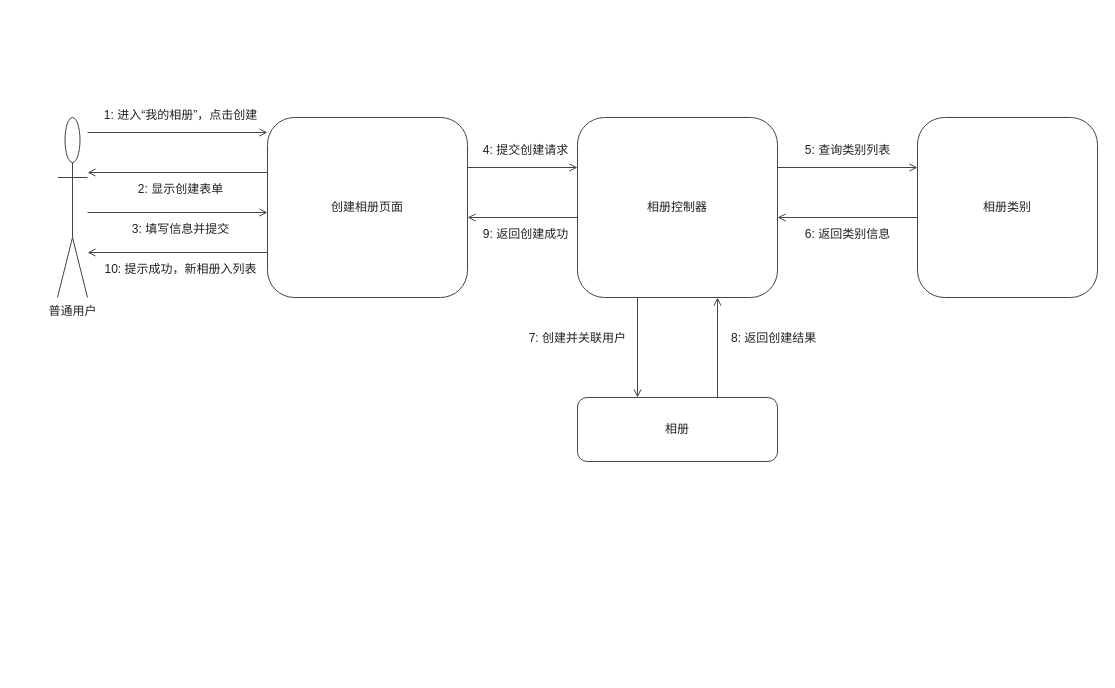
This is docs/交付/2-相册管理-刘硕/images/创建相册_协作图.drawio from chennuo1101/electronic-photo-album-system1, a draw.io file, before an edit. Source tidied: cells renumbered, new cells numbered last; positions are measured from the earlier drawing's top-left corner, leaving out a move shared by most shapes. Both pictures are drawn from the tidied source at 100%, with x=0, y=0 at pixel (57, 104).
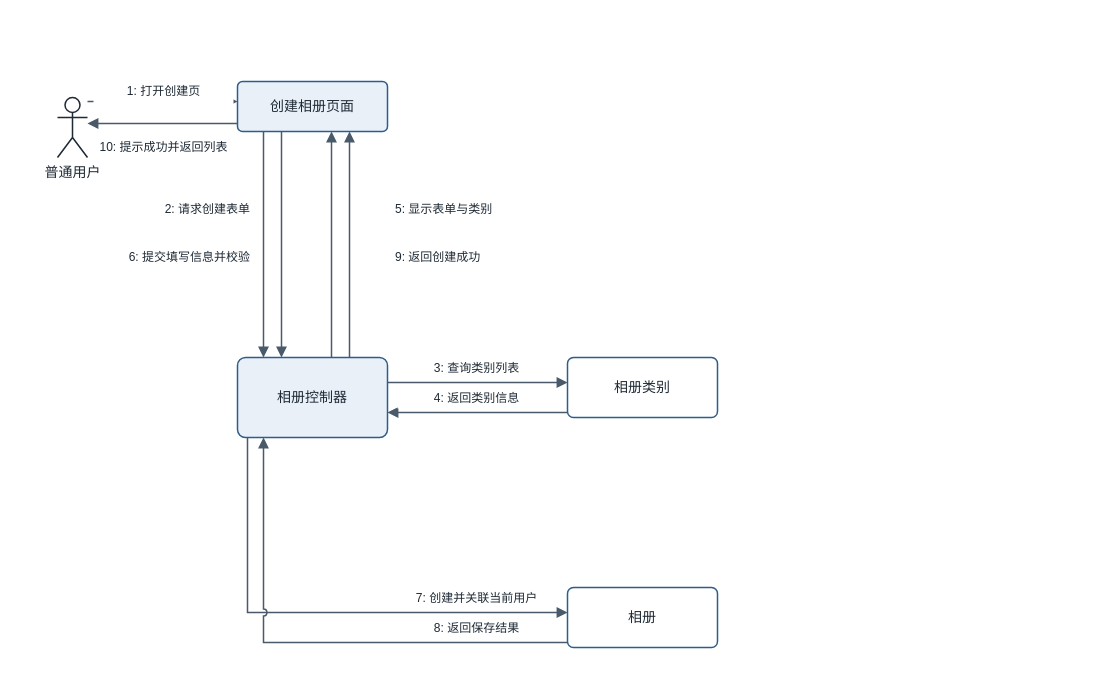
Above is the later version.

Diff of the diagram source:
```diff
@@
+    <mxCell id="27" style="rounded=0;whiteSpace=wrap;html=1;fillColor=#FFFFFF;strokeColor=none;" parent="1" vertex="1">
+      <mxGeometry x="-40" y="-87" width="724" height="654" as="geometry" />
+    </mxCell>
-    <mxCell id="2" value="普通用户" style="shape=umlActor;verticalLabelPosition=bottom;verticalAlign=top;html=1;fillColor=#FFFFFF;strokeColor=#444444;fontFamily=Microsoft YaHei;fontSize=12;fontColor=#222222;" parent="1" vertex="1">
-      <mxGeometry y="13" width="30" height="180" as="geometry" />
+    <mxCell id="2" value="普通用户" style="shape=umlActor;verticalLabelPosition=bottom;verticalAlign=top;html=1;fillColor=#FFFFFF;strokeColor=#1F2A35;strokeWidth=1.5;fontFamily=Microsoft YaHei;fontSize=14;fontColor=#1F2A35;" parent="1" vertex="1">
+      <mxGeometry y="-7" width="30" height="60" as="geometry" />
     </mxCell>
-    <mxCell id="3" value="创建相册页面" style="rounded=1;whiteSpace=wrap;html=1;fillColor=#FFFFFF;strokeColor=#444444;fontFamily=Microsoft YaHei;fontSize=12;fontColor=#222222;" parent="1" vertex="1">
-      <mxGeometry x="210" y="13" width="200" height="180" as="geometry" />
+    <mxCell id="3" value="创建相册页面" style="rounded=1;arcSize=10;whiteSpace=wrap;html=1;fillColor=#E9F0F8;strokeColor=#2F5D8A;strokeWidth=1.5;fontFamily=Microsoft YaHei;fontSize=14;fontColor=#1F2A35;" parent="1" vertex="1">
+      <mxGeometry x="180" y="-23" width="150" height="50" as="geometry" />
     </mxCell>
+    <mxCell id="28" style="html=1;rounded=0;strokeColor=#4A5A6A;strokeWidth=1.5;startArrow=none;endArrow=block;endFill=1;endSize=7;jumpStyle=arc;jumpSize=6;" parent="1" edge="1">
+      <mxGeometry relative="1" as="geometry">
+        <mxPoint x="30" y="-3" as="sourcePoint" />
+        <mxPoint x="180" y="-3" as="targetPoint" />
+      </mxGeometry>
+    </mxCell>
+    <mxCell id="29" value="1: 打开创建页" style="text;html=1;align=center;verticalAlign=middle;fillColor=#FFFFFF;strokeColor=none;fontFamily=Microsoft YaHei;fontSize=12;fontColor=#1F2A35;" parent="1" vertex="1">
+      <mxGeometry x="36" y="-29" width="140" height="32" as="geometry" />
+    </mxCell>
+    <mxCell id="30" style="html=1;rounded=0;strokeColor=#4A5A6A;strokeWidth=1.5;startArrow=none;endArrow=block;endFill=1;endSize=7;jumpStyle=arc;jumpSize=6;" parent="1" edge="1">
+      <mxGeometry relative="1" as="geometry">
+        <mxPoint x="180" y="19" as="sourcePoint" />
+        <mxPoint x="30" y="19" as="targetPoint" />
+      </mxGeometry>
+    </mxCell>
+    <mxCell id="31" value="10: 提示成功并返回列表" style="text;html=1;align=center;verticalAlign=middle;fillColor=#FFFFFF;strokeColor=none;fontFamily=Microsoft YaHei;fontSize=12;fontColor=#1F2A35;" parent="1" vertex="1">
+      <mxGeometry x="36" y="27" width="140" height="32" as="geometry" />
+    </mxCell>
-    <mxCell id="4" value="相册控制器" style="rounded=1;whiteSpace=wrap;html=1;fillColor=#FFFFFF;strokeColor=#444444;fontFamily=Microsoft YaHei;fontSize=12;fontColor=#222222;" parent="1" vertex="1">
-      <mxGeometry x="520" y="13" width="200" height="180" as="geometry" />
+    <mxCell id="4" value="相册控制器" style="rounded=1;arcSize=10;whiteSpace=wrap;html=1;fillColor=#E9F0F8;strokeColor=#2F5D8A;strokeWidth=1.5;fontFamily=Microsoft YaHei;fontSize=14;fontColor=#1F2A35;" parent="1" vertex="1">
+      <mxGeometry x="180" y="253" width="150" height="80" as="geometry" />
     </mxCell>
+    <mxCell id="32" style="html=1;rounded=0;strokeColor=#4A5A6A;strokeWidth=1.5;startArrow=none;endArrow=block;endFill=1;endSize=7;jumpStyle=arc;jumpSize=6;" parent="1" edge="1">
+      <mxGeometry relative="1" as="geometry">
+        <mxPoint x="206" y="27" as="sourcePoint" />
+        <mxPoint x="206" y="253" as="targetPoint" />
+      </mxGeometry>
+    </mxCell>
+    <mxCell id="33" value="2: 请求创建表单" style="text;html=1;align=right;verticalAlign=middle;fillColor=#FFFFFF;strokeColor=none;fontFamily=Microsoft YaHei;fontSize=12;fontColor=#1F2A35;" parent="1" vertex="1">
+      <mxGeometry x="44" y="87" width="150" height="36" as="geometry" />
+    </mxCell>
+    <mxCell id="34" style="html=1;rounded=0;strokeColor=#4A5A6A;strokeWidth=1.5;startArrow=none;endArrow=block;endFill=1;endSize=7;jumpStyle=arc;jumpSize=6;" parent="1" edge="1">
+      <mxGeometry relative="1" as="geometry">
+        <mxPoint x="224" y="27" as="sourcePoint" />
+        <mxPoint x="224" y="253" as="targetPoint" />
+      </mxGeometry>
+    </mxCell>
+    <mxCell id="35" value="6: 提交填写信息并校验" style="text;html=1;align=right;verticalAlign=middle;fillColor=#FFFFFF;strokeColor=none;fontFamily=Microsoft YaHei;fontSize=12;fontColor=#1F2A35;" parent="1" vertex="1">
+      <mxGeometry x="44" y="135" width="150" height="36" as="geometry" />
+    </mxCell>
+    <mxCell id="36" style="html=1;rounded=0;strokeColor=#4A5A6A;strokeWidth=1.5;startArrow=none;endArrow=block;endFill=1;endSize=7;jumpStyle=arc;jumpSize=6;" parent="1" edge="1">
+      <mxGeometry relative="1" as="geometry">
+        <mxPoint x="274" y="253" as="sourcePoint" />
+        <mxPoint x="274" y="27" as="targetPoint" />
+      </mxGeometry>
+    </mxCell>
+    <mxCell id="37" value="5: 显示表单与类别" style="text;html=1;align=left;verticalAlign=middle;fillColor=#FFFFFF;strokeColor=none;fontFamily=Microsoft YaHei;fontSize=12;fontColor=#1F2A35;" parent="1" vertex="1">
+      <mxGeometry x="336" y="87" width="150" height="36" as="geometry" />
+    </mxCell>
+    <mxCell id="38" style="html=1;rounded=0;strokeColor=#4A5A6A;strokeWidth=1.5;startArrow=none;endArrow=block;endFill=1;endSize=7;jumpStyle=arc;jumpSize=6;" parent="1" edge="1">
+      <mxGeometry relative="1" as="geometry">
+        <mxPoint x="292" y="253" as="sourcePoint" />
+        <mxPoint x="292" y="27" as="targetPoint" />
+      </mxGeometry>
+    </mxCell>
+    <mxCell id="18" value="9: 返回创建成功" style="text;html=1;align=left;verticalAlign=middle;fillColor=#FFFFFF;strokeColor=none;fontFamily=Microsoft YaHei;fontSize=12;fontColor=#1F2A35;" parent="1" vertex="1">
+      <mxGeometry x="336" y="135" width="150" height="36" as="geometry" />
+    </mxCell>
-    <mxCell id="5" value="相册类别" style="rounded=1;whiteSpace=wrap;html=1;fillColor=#FFFFFF;strokeColor=#444444;fontFamily=Microsoft YaHei;fontSize=12;fontColor=#222222;" parent="1" vertex="1">
-      <mxGeometry x="860" y="13" width="180" height="180" as="geometry" />
+    <mxCell id="5" value="相册类别" style="rounded=1;arcSize=10;whiteSpace=wrap;html=1;fillColor=#FFFFFF;strokeColor=#2F5D8A;strokeWidth=1.5;fontFamily=Microsoft YaHei;fontSize=14;fontColor=#1F2A35;" parent="1" vertex="1">
+      <mxGeometry x="510" y="253" width="150" height="60" as="geometry" />
     </mxCell>
+    <mxCell id="39" style="html=1;rounded=0;strokeColor=#4A5A6A;strokeWidth=1.5;startArrow=none;endArrow=block;endFill=1;endSize=7;jumpStyle=arc;jumpSize=6;" parent="1" edge="1">
+      <mxGeometry relative="1" as="geometry">
+        <mxPoint x="330" y="278" as="sourcePoint" />
+        <mxPoint x="510" y="278" as="targetPoint" />
+      </mxGeometry>
+    </mxCell>
+    <mxCell id="40" value="3: 查询类别列表" style="text;html=1;align=center;verticalAlign=middle;fillColor=#FFFFFF;strokeColor=none;fontFamily=Microsoft YaHei;fontSize=12;fontColor=#1F2A35;" parent="1" vertex="1">
+      <mxGeometry x="340" y="254" width="158" height="20" as="geometry" />
+    </mxCell>
+    <mxCell id="41" style="html=1;rounded=0;strokeColor=#4A5A6A;strokeWidth=1.5;startArrow=none;endArrow=block;endFill=1;endSize=7;jumpStyle=arc;jumpSize=6;" parent="1" edge="1">
+      <mxGeometry relative="1" as="geometry">
+        <mxPoint x="510" y="308" as="sourcePoint" />
+        <mxPoint x="330" y="308" as="targetPoint" />
+      </mxGeometry>
+    </mxCell>
+    <mxCell id="42" value="4: 返回类别信息" style="text;html=1;align=center;verticalAlign=middle;fillColor=#FFFFFF;strokeColor=none;fontFamily=Microsoft YaHei;fontSize=12;fontColor=#1F2A35;" parent="1" vertex="1">
+      <mxGeometry x="340" y="284" width="158" height="20" as="geometry" />
+    </mxCell>
-    <mxCell id="6" value="相册" style="rounded=1;whiteSpace=wrap;html=1;fillColor=#FFFFFF;strokeColor=#444444;fontFamily=Microsoft YaHei;fontSize=12;fontColor=#222222;" parent="1" vertex="1">
-      <mxGeometry x="520" y="293" width="200" height="64" as="geometry" />
+    <mxCell id="6" value="相册" style="rounded=1;arcSize=10;whiteSpace=wrap;html=1;fillColor=#FFFFFF;strokeColor=#2F5D8A;strokeWidth=1.5;fontFamily=Microsoft YaHei;fontSize=14;fontColor=#1F2A35;" parent="1" vertex="1">
+      <mxGeometry x="510" y="483" width="150" height="60" as="geometry" />
     </mxCell>
-    <mxCell id="7" style="html=1;rounded=0;strokeColor=#444444;strokeWidth=1;startArrow=none;endArrow=open;endFill=0;" parent="1" edge="1">
-      <mxGeometry relative="1" as="geometry">
-        <mxPoint x="30" y="28" as="sourcePoint" />
-        <mxPoint x="210" y="28" as="targetPoint" />
-      </mxGeometry>
-    </mxCell>
-    <mxCell id="8" value="1: 进入“我的相册”，点击创建" style="text;html=1;align=center;verticalAlign=middle;fillColor=none;strokeColor=none;fontFamily=Microsoft YaHei;fontSize=12;fontColor=#222222;" parent="1" vertex="1">
-      <mxGeometry x="35" width="175" height="22" as="geometry" />
-    </mxCell>
-    <mxCell id="9" style="html=1;rounded=0;strokeColor=#444444;strokeWidth=1;startArrow=none;endArrow=open;endFill=0;" parent="1" edge="1">
-      <mxGeometry relative="1" as="geometry">
-        <mxPoint x="210" y="68" as="sourcePoint" />
-        <mxPoint x="30" y="68" as="targetPoint" />
-      </mxGeometry>
-    </mxCell>
-    <mxCell id="10" value="2: 显示创建表单" style="text;html=1;align=center;verticalAlign=middle;fillColor=none;strokeColor=none;fontFamily=Microsoft YaHei;fontSize=12;fontColor=#222222;" parent="1" vertex="1">
-      <mxGeometry x="35" y="74" width="175" height="22" as="geometry" />
-    </mxCell>
-    <mxCell id="11" style="html=1;rounded=0;strokeColor=#444444;strokeWidth=1;startArrow=none;endArrow=open;endFill=0;" parent="1" edge="1">
-      <mxGeometry relative="1" as="geometry">
-        <mxPoint x="30" y="108" as="sourcePoint" />
-        <mxPoint x="210" y="108" as="targetPoint" />
-      </mxGeometry>
-    </mxCell>
-    <mxCell id="12" value="3: 填写信息并提交" style="text;html=1;align=center;verticalAlign=middle;fillColor=none;strokeColor=none;fontFamily=Microsoft YaHei;fontSize=12;fontColor=#222222;" parent="1" vertex="1">
-      <mxGeometry x="35" y="114" width="175" height="22" as="geometry" />
-    </mxCell>
-    <mxCell id="13" style="html=1;rounded=0;strokeColor=#444444;strokeWidth=1;startArrow=none;endArrow=open;endFill=0;" parent="1" edge="1">
-      <mxGeometry relative="1" as="geometry">
-        <mxPoint x="210" y="148" as="sourcePoint" />
-        <mxPoint x="30" y="148" as="targetPoint" />
-      </mxGeometry>
-    </mxCell>
-    <mxCell id="14" value="10: 提示成功，新相册入列表" style="text;html=1;align=center;verticalAlign=middle;fillColor=none;strokeColor=none;fontFamily=Microsoft YaHei;fontSize=12;fontColor=#222222;" parent="1" vertex="1">
-      <mxGeometry x="35" y="154" width="175" height="22" as="geometry" />
-    </mxCell>
-    <mxCell id="15" style="html=1;rounded=0;strokeColor=#444444;strokeWidth=1;startArrow=none;endArrow=open;endFill=0;" parent="1" edge="1">
-      <mxGeometry relative="1" as="geometry">
-        <mxPoint x="410" y="63" as="sourcePoint" />
-        <mxPoint x="520" y="63" as="targetPoint" />
-      </mxGeometry>
-    </mxCell>
-    <mxCell id="16" value="4: 提交创建请求" style="text;html=1;align=center;verticalAlign=middle;fillColor=none;strokeColor=none;fontFamily=Microsoft YaHei;fontSize=12;fontColor=#222222;" parent="1" vertex="1">
-      <mxGeometry x="415" y="35" width="105" height="22" as="geometry" />
-    </mxCell>
-    <mxCell id="17" style="html=1;rounded=0;strokeColor=#444444;strokeWidth=1;startArrow=none;endArrow=open;endFill=0;" parent="1" edge="1">
-      <mxGeometry relative="1" as="geometry">
-        <mxPoint x="520" y="113" as="sourcePoint" />
-        <mxPoint x="410" y="113" as="targetPoint" />
-      </mxGeometry>
-    </mxCell>
-    <mxCell id="18" value="9: 返回创建成功" style="text;html=1;align=center;verticalAlign=middle;fillColor=none;strokeColor=none;fontFamily=Microsoft YaHei;fontSize=12;fontColor=#222222;" parent="1" vertex="1">
-      <mxGeometry x="415" y="119" width="105" height="22" as="geometry" />
-    </mxCell>
-    <mxCell id="19" style="html=1;rounded=0;strokeColor=#444444;strokeWidth=1;startArrow=none;endArrow=open;endFill=0;" parent="1" edge="1">
-      <mxGeometry relative="1" as="geometry">
-        <mxPoint x="720" y="63" as="sourcePoint" />
-        <mxPoint x="860" y="63" as="targetPoint" />
-      </mxGeometry>
-    </mxCell>
-    <mxCell id="20" value="5: 查询类别列表" style="text;html=1;align=center;verticalAlign=middle;fillColor=none;strokeColor=none;fontFamily=Microsoft YaHei;fontSize=12;fontColor=#222222;" parent="1" vertex="1">
-      <mxGeometry x="725" y="35" width="130" height="22" as="geometry" />
-    </mxCell>
-    <mxCell id="21" style="html=1;rounded=0;strokeColor=#444444;strokeWidth=1;startArrow=none;endArrow=open;endFill=0;" parent="1" edge="1">
-      <mxGeometry relative="1" as="geometry">
-        <mxPoint x="860" y="113" as="sourcePoint" />
-        <mxPoint x="720" y="113" as="targetPoint" />
-      </mxGeometry>
-    </mxCell>
-    <mxCell id="22" value="6: 返回类别信息" style="text;html=1;align=center;verticalAlign=middle;fillColor=none;strokeColor=none;fontFamily=Microsoft YaHei;fontSize=12;fontColor=#222222;" parent="1" vertex="1">
-      <mxGeometry x="725" y="119" width="130" height="22" as="geometry" />
-    </mxCell>
-    <mxCell id="23" style="html=1;rounded=0;strokeColor=#444444;strokeWidth=1;startArrow=none;endArrow=open;endFill=0;" parent="1" edge="1">
-      <mxGeometry relative="1" as="geometry">
-        <mxPoint x="580" y="193" as="sourcePoint" />
-        <mxPoint x="580" y="293" as="targetPoint" />
-      </mxGeometry>
-    </mxCell>
-    <mxCell id="24" value="7: 创建并关联用户" style="text;html=1;align=right;verticalAlign=middle;fillColor=none;strokeColor=none;fontFamily=Microsoft YaHei;fontSize=12;fontColor=#222222;" parent="1" vertex="1">
-      <mxGeometry x="450" y="223" width="120" height="22" as="geometry" />
-    </mxCell>
-    <mxCell id="25" style="html=1;rounded=0;strokeColor=#444444;strokeWidth=1;startArrow=none;endArrow=open;endFill=0;" parent="1" edge="1">
-      <mxGeometry relative="1" as="geometry">
-        <mxPoint x="660" y="293" as="sourcePoint" />
-        <mxPoint x="660" y="193" as="targetPoint" />
-      </mxGeometry>
-    </mxCell>
-    <mxCell id="26" value="8: 返回创建结果" style="text;html=1;align=left;verticalAlign=middle;fillColor=none;strokeColor=none;fontFamily=Microsoft YaHei;fontSize=12;fontColor=#222222;" parent="1" vertex="1">
-      <mxGeometry x="672" y="223" width="120" height="22" as="geometry" />
-    </mxCell>
+    <mxCell id="43" style="html=1;rounded=0;strokeColor=#4A5A6A;strokeWidth=1.5;startArrow=none;endArrow=block;endFill=1;endSize=7;jumpStyle=arc;jumpSize=6;" parent="1" edge="1">
+      <mxGeometry relative="1" as="geometry">
+        <mxPoint x="190" y="333" as="sourcePoint" />
+        <mxPoint x="510" y="508" as="targetPoint" />
+        <Array as="points">
+          <mxPoint x="190" y="508" />
+        </Array>
+      </mxGeometry>
+    </mxCell>
+    <mxCell id="44" value="7: 创建并关联当前用户" style="text;html=1;align=center;verticalAlign=middle;fillColor=#FFFFFF;strokeColor=none;fontFamily=Microsoft YaHei;fontSize=12;fontColor=#1F2A35;" parent="1" vertex="1">
+      <mxGeometry x="340" y="484" width="158" height="20" as="geometry" />
+    </mxCell>
+    <mxCell id="45" style="html=1;rounded=0;strokeColor=#4A5A6A;strokeWidth=1.5;startArrow=none;endArrow=block;endFill=1;endSize=7;jumpStyle=arc;jumpSize=6;" parent="1" edge="1">
+      <mxGeometry relative="1" as="geometry">
+        <mxPoint x="510" y="538" as="sourcePoint" />
+        <mxPoint x="206" y="333" as="targetPoint" />
+        <Array as="points">
+          <mxPoint x="206" y="538" />
+        </Array>
+      </mxGeometry>
+    </mxCell>
+    <mxCell id="46" value="8: 返回保存结果" style="text;html=1;align=center;verticalAlign=middle;fillColor=#FFFFFF;strokeColor=none;fontFamily=Microsoft YaHei;fontSize=12;fontColor=#1F2A35;" parent="1" vertex="1">
+      <mxGeometry x="340" y="514" width="158" height="20" as="geometry" />
+    </mxCell>
```
